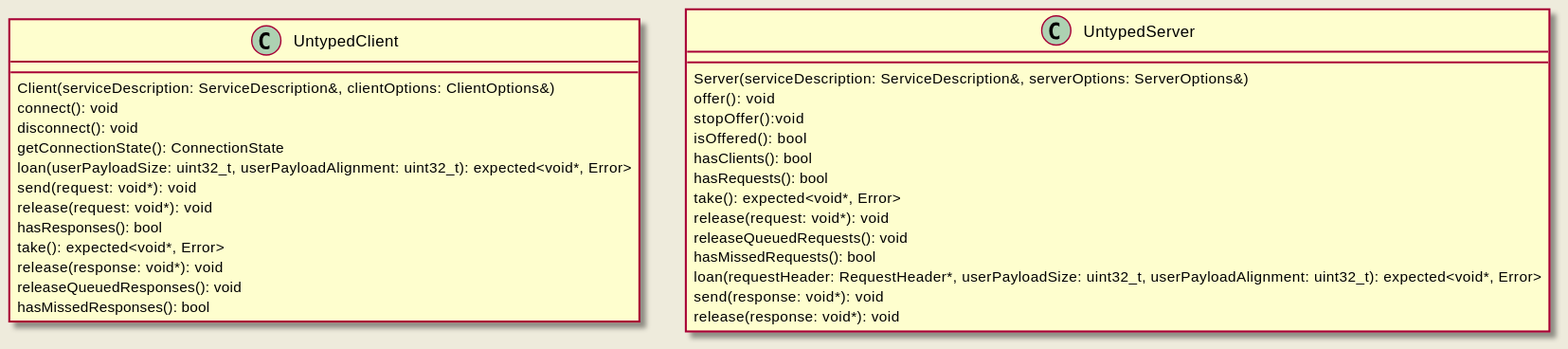
Before: doc/website/images/untyped_api.svg, a diagram exported from PlantUML (eclipse-iceoryx/iceoryx). Its source is kept beside it as doc/design/diagrams/request_response/untyped_api.puml. The source it was exported from:
```plantuml
@startuml

class UntypedClient {
  Client(serviceDescription: ServiceDescription&, clientOptions: ClientOptions&)
  connect(): void
  disconnect(): void
  getConnectionState(): ConnectionState
  loan(userPayloadSize: uint32_t, userPayloadAlignment: uint32_t): expected<void*, Error>
  send(request: void*): void
  release(request: void*): void
  hasResponses(): bool
  take(): expected<void*, Error>
  release(response: void*): void
  releaseQueuedResponses(): void
  hasMissedResponses(): bool
}

class UntypedServer {
  Server(serviceDescription: ServiceDescription&, serverOptions: ServerOptions&)
  offer(): void
  stopOffer():void
  isOffered(): bool
  hasClients(): bool
  hasRequests(): bool
  take(): expected<void*, Error>
  release(request: void*): void
  releaseQueuedRequests(): void
  hasMissedRequests(): bool
  loan(requestHeader: RequestHeader*, userPayloadSize: uint32_t, userPayloadAlignment: uint32_t): expected<void*, Error>
  send(response: void*): void
  release(response: void*): void
}

@enduml
```
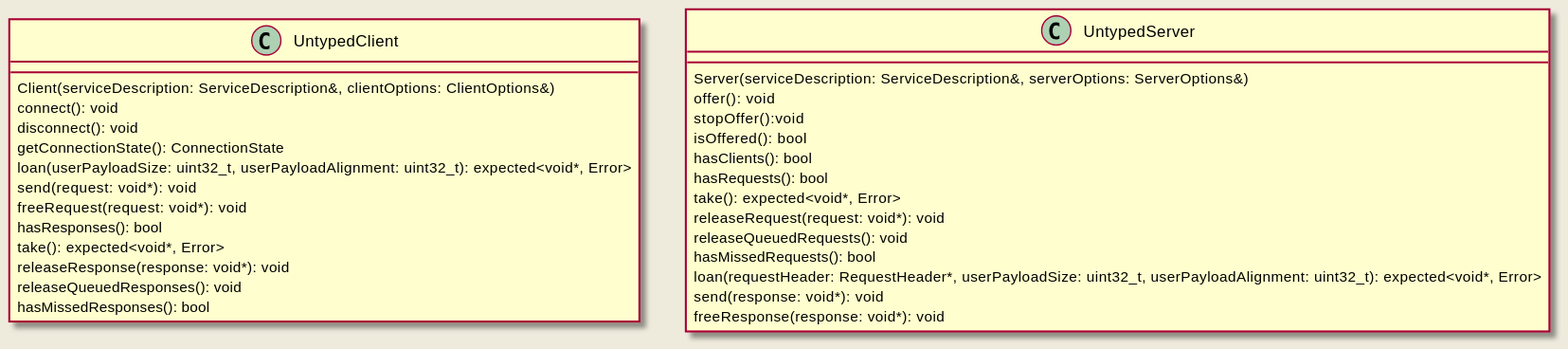
After the commit.

The edit, as a diff of the source:
```diff
@@ -7,10 +7,10 @@
   getConnectionState(): ConnectionState
   loan(userPayloadSize: uint32_t, userPayloadAlignment: uint32_t): expected<void*, Error>
   send(request: void*): void
-  release(request: void*): void
+  freeRequest(request: void*): void
   hasResponses(): bool
   take(): expected<void*, Error>
-  release(response: void*): void
+  releaseResponse(response: void*): void
   releaseQueuedResponses(): void
   hasMissedResponses(): bool
 }
@@ -23,12 +23,12 @@
   hasClients(): bool
   hasRequests(): bool
   take(): expected<void*, Error>
-  release(request: void*): void
+  releaseRequest(request: void*): void
   releaseQueuedRequests(): void
   hasMissedRequests(): bool
   loan(requestHeader: RequestHeader*, userPayloadSize: uint32_t, userPayloadAlignment: uint32_t): expected<void*, Error>
   send(response: void*): void
-  release(response: void*): void
+  freeResponse(response: void*): void
 }
 
 @enduml
```
